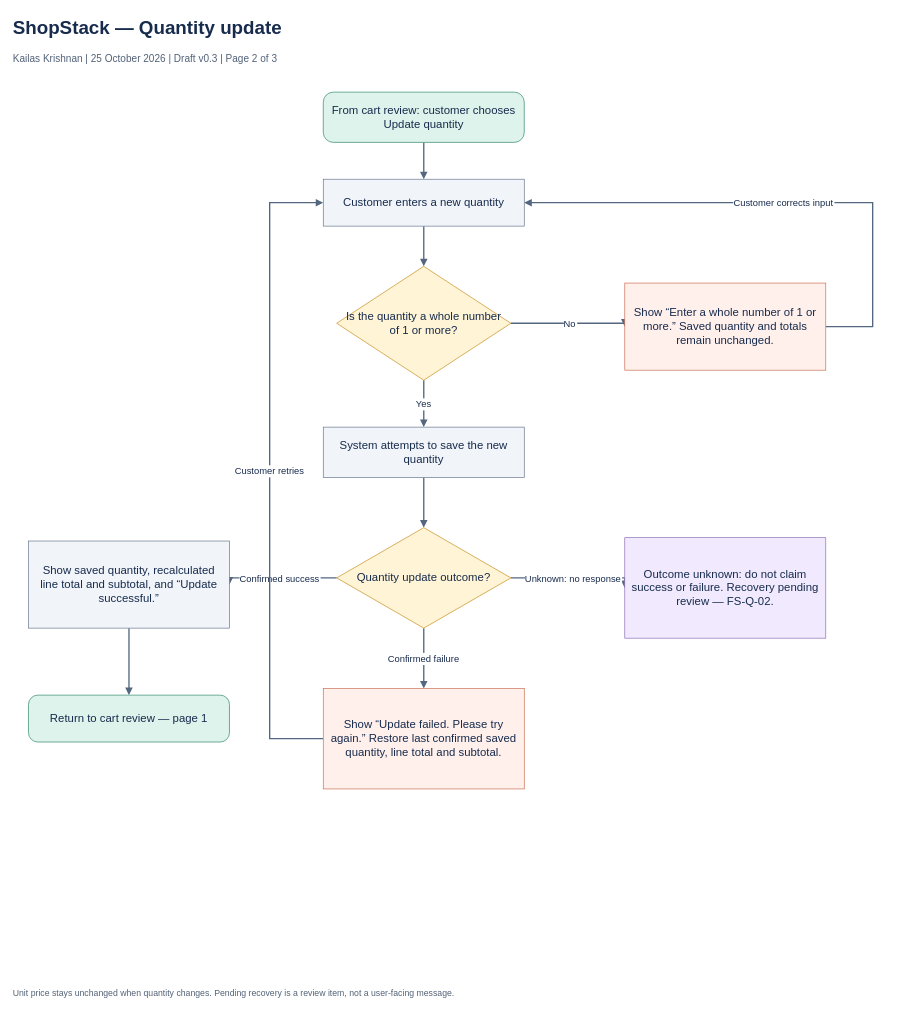
Above: page "02 Quantity update" (2 of 3) of docs/process-analysis/ShopStack-Future-State-Cart-Reviewed.drawio in kkrishnan937/shopstack-ba-portfolio (draw.io), before the change. Source tidied: cells renumbered, new cells numbered last; positions are measured from the earlier drawing's top-left corner, leaving out a move shared by most shapes. Both pictures are drawn from the tidied source at 67%, with x=0, y=0 at pixel (11, 11).
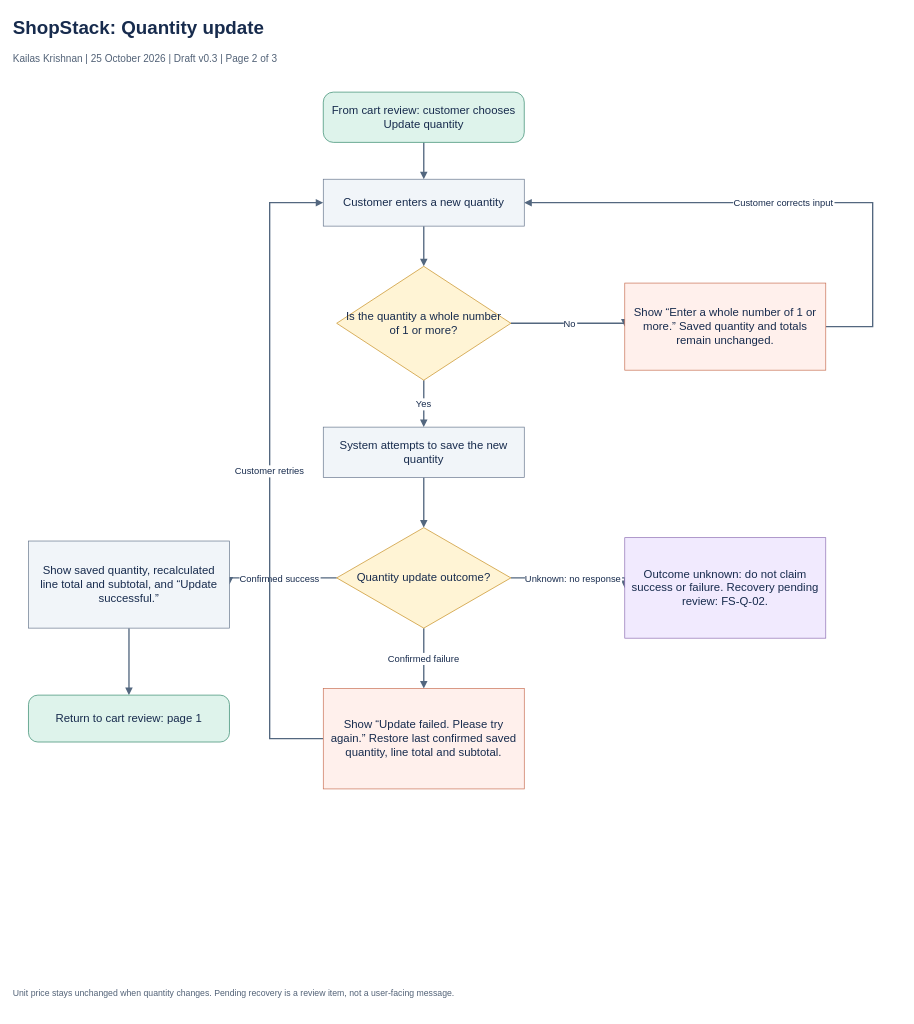
The same page after the edit.

What changed in the source:
```diff
@@
-    <mxCell id="2" value="ShopStack — Quantity update" style="text;html=0;fontSize=28;fontStyle=1;align=left;fontColor=#172B4D;" parent="1" vertex="1">
+    <mxCell id="2" value="ShopStack: Quantity update" style="text;html=0;fontSize=28;fontStyle=1;align=left;fontColor=#172B4D;" parent="1" vertex="1">
       <mxGeometry width="1300" height="40" as="geometry" />
     </mxCell>
@@
-    <mxCell id="24" value="Outcome unknown: do not claim success or failure. Recovery pending review — FS-Q-02." style="rounded=0;html=0;whiteSpace=wrap;fillColor=#F1EAFE;strokeColor=#8B6BB1;fontColor=#172B4D;fontFamily=Arial;fontSize=17;spacing=10;" parent="1" vertex="1">
+    <mxCell id="24" value="Outcome unknown: do not claim success or failure. Recovery pending review: FS-Q-02." style="rounded=0;html=0;whiteSpace=wrap;fillColor=#F1EAFE;strokeColor=#8B6BB1;fontColor=#172B4D;fontFamily=Arial;fontSize=17;spacing=10;" parent="1" vertex="1">
       <mxGeometry x="915" y="785" width="300" height="150" as="geometry" />
     </mxCell>
-    <mxCell id="25" value="Return to cart review — page 1" style="rounded=1;arcSize=20;html=0;whiteSpace=wrap;fillColor=#DEF3EB;strokeColor=#2C8566;fontColor=#172B4D;fontFamily=Arial;fontSize=17;spacing=10;" parent="1" vertex="1">
+    <mxCell id="25" value="Return to cart review: page 1" style="rounded=1;arcSize=20;html=0;whiteSpace=wrap;fillColor=#DEF3EB;strokeColor=#2C8566;fontColor=#172B4D;fontFamily=Arial;fontSize=17;spacing=10;" parent="1" vertex="1">
       <mxGeometry x="25" y="1020" width="300" height="70" as="geometry" />
     </mxCell>
```
